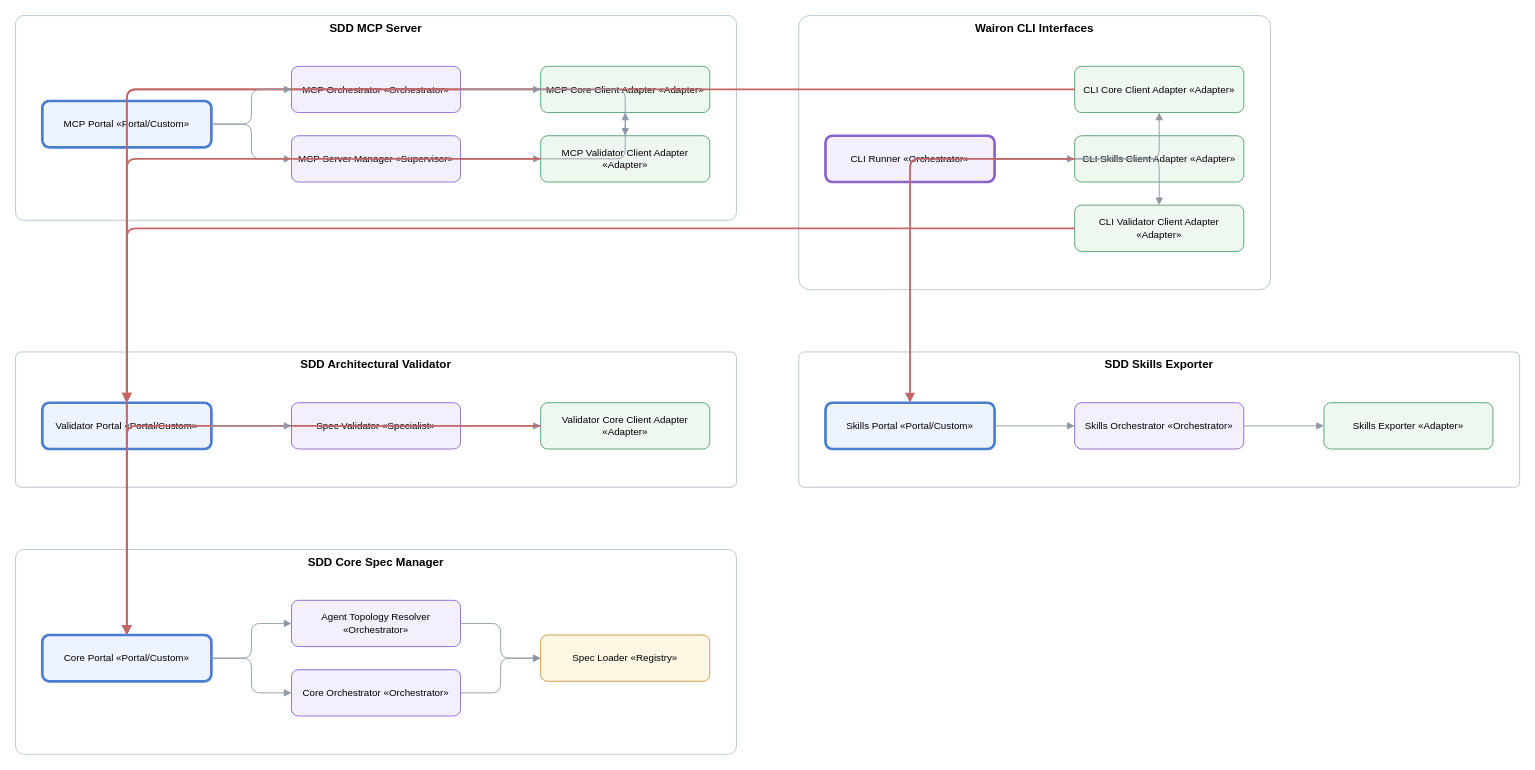
Earlier version of the draw.io diagram .wai/docs/diagrams/architecture.drawio (SYW-Apps/Waffle-AIron). Source tidied: cells renumbered, new cells numbered last; positions are measured from the earlier drawing's top-left corner, leaving out a move shared by most shapes. Both pictures are drawn from the tidied source at 89%, with x=0, y=0 at pixel (15, 15).
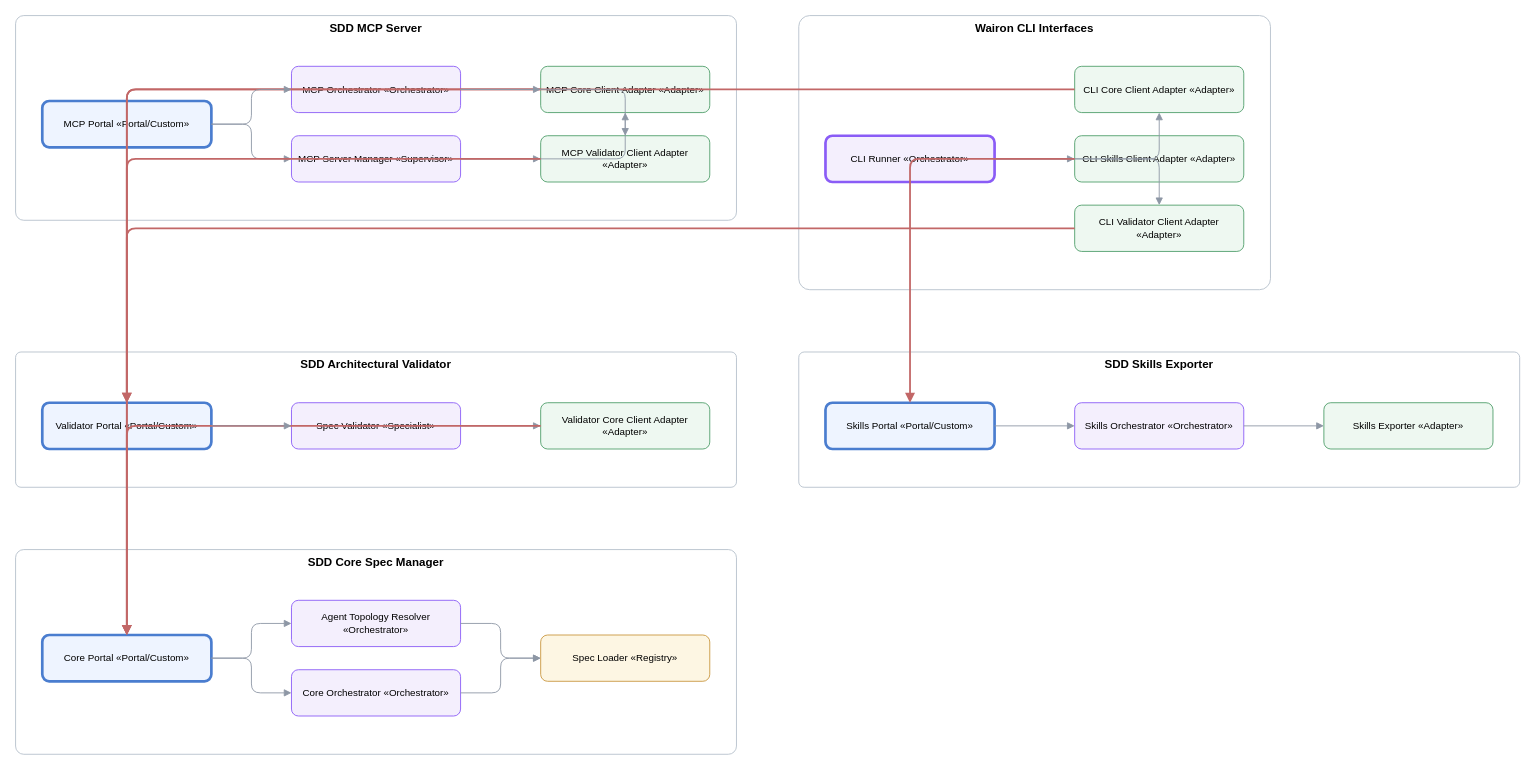
The same page after the edit.

Commit message (it also covers changes not shown here):
feat(canvas): Canvas 2.0 — themed single-page app; canvas becomes the default diagram format

The change refers to these unchanged cells:
```xml
<mxCell id="2" value="Wairon CLI Interfaces" style="rounded=1;arcSize=4;fillColor=#ffffff;strokeColor=#b6c0cc;verticalAlign=top;fontStyle=1;fontSize=13;whiteSpace=wrap;" parent="1" vertex="1">
  <mxGeometry x="880" width="530" height="308" as="geometry" />
</mxCell>
<mxCell id="3" value="SDD Core Spec Manager" style="rounded=1;arcSize=4;fillColor=#ffffff;strokeColor=#b6c0cc;verticalAlign=top;fontStyle=1;fontSize=13;whiteSpace=wrap;" parent="1" vertex="1">
  <mxGeometry y="600" width="810" height="230" as="geometry" />
</mxCell>
<mxCell id="4" value="SDD MCP Server" style="rounded=1;arcSize=4;fillColor=#ffffff;strokeColor=#b6c0cc;verticalAlign=top;fontStyle=1;fontSize=13;whiteSpace=wrap;" parent="1" vertex="1">
  <mxGeometry width="810" height="230" as="geometry" />
</mxCell>
<mxCell id="5" value="SDD Skills Exporter" style="rounded=1;arcSize=4;fillColor=#ffffff;strokeColor=#b6c0cc;verticalAlign=top;fontStyle=1;fontSize=13;whiteSpace=wrap;" parent="1" vertex="1">
  <mxGeometry x="880" y="378" width="810" height="152" as="geometry" />
</mxCell>
<mxCell id="6" value="SDD Architectural Validator" style="rounded=1;arcSize=4;fillColor=#ffffff;strokeColor=#b6c0cc;verticalAlign=top;fontStyle=1;fontSize=13;whiteSpace=wrap;" parent="1" vertex="1">
  <mxGeometry y="378" width="810" height="152" as="geometry" />
</mxCell>
```

The edit, as a diff of the source:
```diff
@@
-    <mxCell id="7" value="Agent Topology Resolver «Orchestrator»" style="rounded=1;fillColor=#f4effd;strokeColor=#8a63c9;whiteSpace=wrap;fontSize=11;" parent="3" vertex="1">
+    <mxCell id="7" value="Agent Topology Resolver «Orchestrator»" style="rounded=1;fillColor=#f4effd;strokeColor=#8a5cf6;whiteSpace=wrap;fontSize=11;" parent="3" vertex="1">
       <mxGeometry x="310" y="57" width="190" height="52" as="geometry" />
     </mxCell>
@@
-    <mxCell id="9" value="CLI Runner «Orchestrator»" style="rounded=1;fillColor=#f4effd;strokeColor=#8a63c9;whiteSpace=wrap;fontSize=11;strokeWidth=3;" parent="2" vertex="1">
+    <mxCell id="9" value="CLI Runner «Orchestrator»" style="rounded=1;fillColor=#f4effd;strokeColor=#8a5cf6;whiteSpace=wrap;fontSize=11;strokeWidth=3;" parent="2" vertex="1">
       <mxGeometry x="30" y="135" width="190" height="52" as="geometry" />
     </mxCell>
@@
-    <mxCell id="12" value="Core Orchestrator «Orchestrator»" style="rounded=1;fillColor=#f4effd;strokeColor=#8a63c9;whiteSpace=wrap;fontSize=11;" parent="3" vertex="1">
+    <mxCell id="12" value="Core Orchestrator «Orchestrator»" style="rounded=1;fillColor=#f4effd;strokeColor=#8a5cf6;whiteSpace=wrap;fontSize=11;" parent="3" vertex="1">
       <mxGeometry x="310" y="135" width="190" height="52" as="geometry" />
     </mxCell>
@@
-    <mxCell id="15" value="MCP Orchestrator «Orchestrator»" style="rounded=1;fillColor=#f4effd;strokeColor=#8a63c9;whiteSpace=wrap;fontSize=11;" parent="4" vertex="1">
+    <mxCell id="15" value="MCP Orchestrator «Orchestrator»" style="rounded=1;fillColor=#f4effd;strokeColor=#8a5cf6;whiteSpace=wrap;fontSize=11;" parent="4" vertex="1">
       <mxGeometry x="310" y="57" width="190" height="52" as="geometry" />
     </mxCell>
@@
-    <mxCell id="17" value="MCP Server Manager «Supervisor»" style="rounded=1;fillColor=#f4effd;strokeColor=#8a63c9;whiteSpace=wrap;fontSize=11;" parent="4" vertex="1">
+    <mxCell id="17" value="MCP Server Manager «Supervisor»" style="rounded=1;fillColor=#f4effd;strokeColor=#8a5cf6;whiteSpace=wrap;fontSize=11;" parent="4" vertex="1">
       <mxGeometry x="310" y="135" width="190" height="52" as="geometry" />
     </mxCell>
@@
-    <mxCell id="20" value="Skills Orchestrator «Orchestrator»" style="rounded=1;fillColor=#f4effd;strokeColor=#8a63c9;whiteSpace=wrap;fontSize=11;" parent="5" vertex="1">
+    <mxCell id="20" value="Skills Orchestrator «Orchestrator»" style="rounded=1;fillColor=#f4effd;strokeColor=#8a5cf6;whiteSpace=wrap;fontSize=11;" parent="5" vertex="1">
       <mxGeometry x="310" y="57" width="190" height="52" as="geometry" />
     </mxCell>
@@
-    <mxCell id="23" value="Spec Validator «Specialist»" style="rounded=1;fillColor=#f4effd;strokeColor=#8a63c9;whiteSpace=wrap;fontSize=11;" parent="6" vertex="1">
+    <mxCell id="23" value="Spec Validator «Specialist»" style="rounded=1;fillColor=#f4effd;strokeColor=#8a5cf6;whiteSpace=wrap;fontSize=11;" parent="6" vertex="1">
       <mxGeometry x="310" y="57" width="190" height="52" as="geometry" />
     </mxCell>
```
